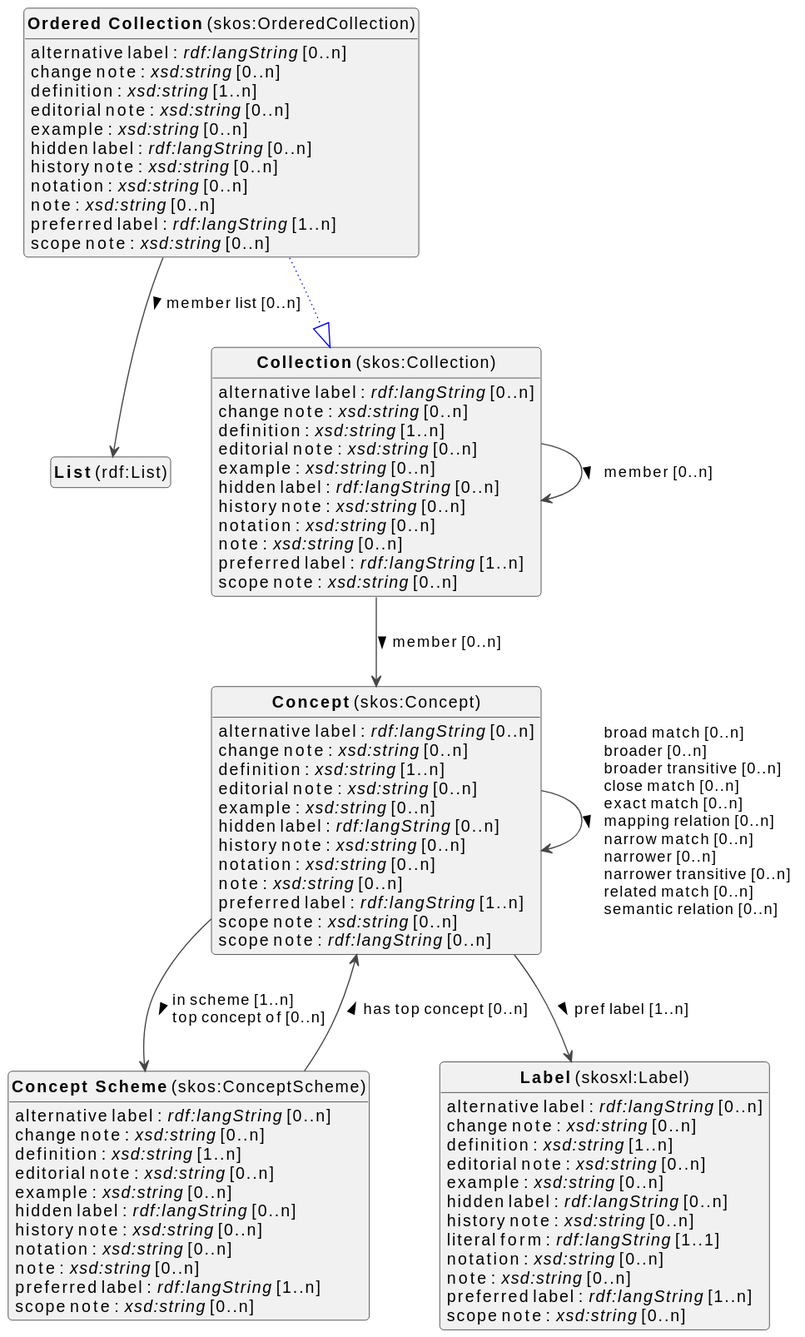
The PlantUML diagram docs/metadata/knowledge-graph/0.0.1/terms/en/terms-diagram.svg in viaacode/documentation-jekyll, before a commit.
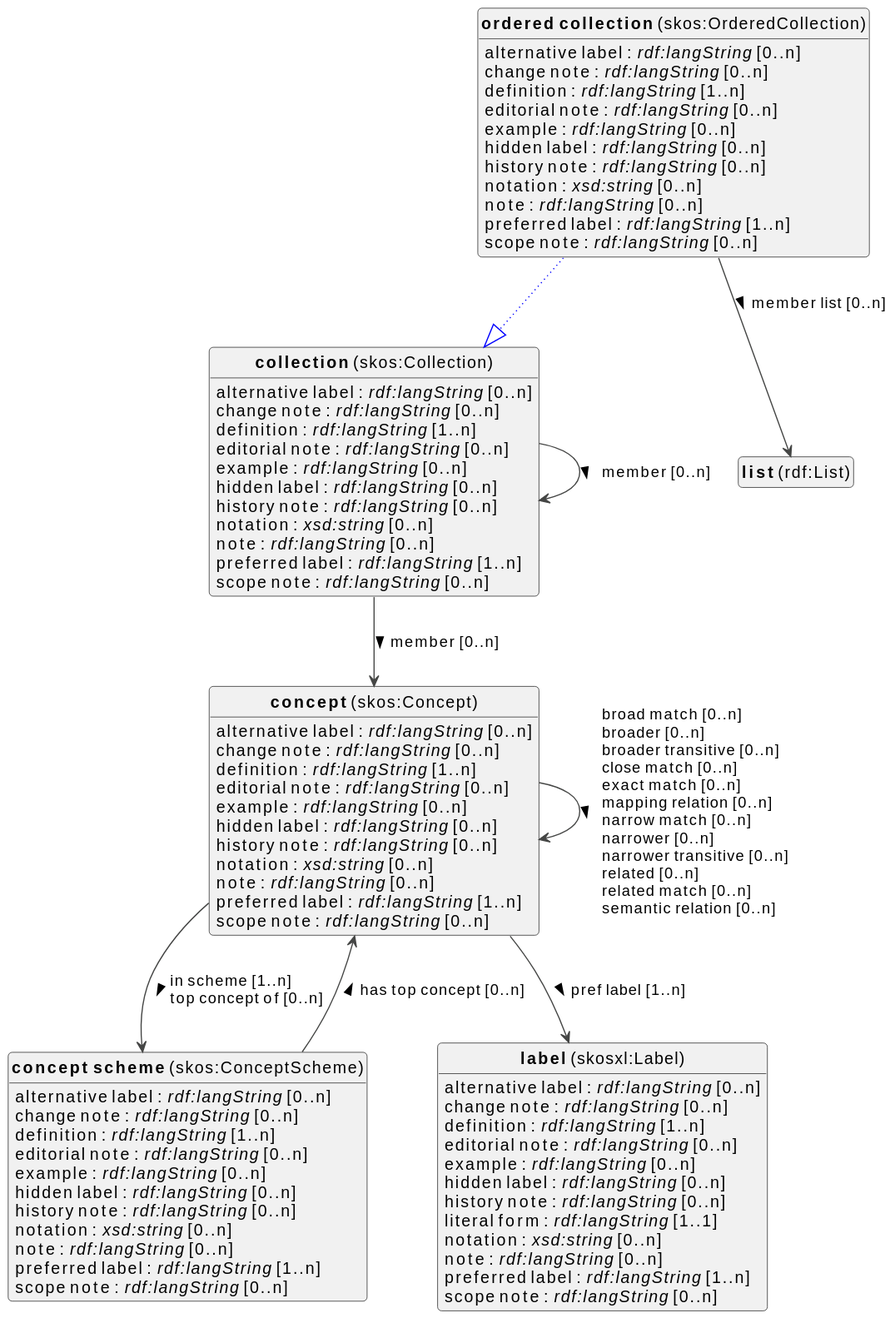
The same diagram one commit later.

The edit, as a diff of the source:
```diff
@@ -10,28 +10,26 @@
 top to bottom direction
 
 
-class "<b>List</b> (rdf:List)" as rdf_List [[#rdf%3AList]]
-class "<b>Collection</b> (skos:Collection)" as skos_Collection [[#skos%3ACollection]]
-class "<b>Concept</b> (skos:Concept)" as skos_Concept [[#skos%3AConcept]]
-class "<b>Concept Scheme</b> (skos:ConceptScheme)" as skos_ConceptScheme [[#skos%3AConceptScheme]]
-class "<b>Label</b> (skosxl:Label)" as skosxl_Label [[#skosxl%3ALabel]]
-class "<b>Ordered Collection</b> (skos:OrderedCollection)" as skos_OrderedCollection [[#skos%3AOrderedCollection]]
-class "<b>Collection</b> (skos:Collection)" as skos_Collection [[#skos%3ACollection]]
-
-
+class "<b>collection</b> (skos:Collection)" as skos_Collection [[#skos%3ACollection]]
+class "<b>concept</b> (skos:Concept)" as skos_Concept [[#skos%3AConcept]]
+class "<b>concept scheme</b> (skos:ConceptScheme)" as skos_ConceptScheme [[#skos%3AConceptScheme]]
+class "<b>label</b> (skosxl:Label)" as skosxl_Label [[#skosxl%3ALabel]]
+class "<b>list</b> (rdf:List)" as rdf_List [[#rdf%3AList]]
+class "<b>ordered collection</b> (skos:OrderedCollection)" as skos_OrderedCollection [[#skos%3AOrderedCollection]]
+class "<b>collection</b> (skos:Collection)" as skos_Collection [[#skos%3ACollection]]
 
 
 skos_Collection : alternative label : <i>rdf:langString</i> [0..n]
-skos_Collection : change note : <i>xsd:string</i> [0..n]
-skos_Collection : definition : <i>xsd:string</i> [1..n]
-skos_Collection : editorial note : <i>xsd:string</i> [0..n]
-skos_Collection : example : <i>xsd:string</i> [0..n]
+skos_Collection : change note : <i>rdf:langString</i> [0..n]
+skos_Collection : definition : <i>rdf:langString</i> [1..n]
+skos_Collection : editorial note : <i>rdf:langString</i> [0..n]
+skos_Collection : example : <i>rdf:langString</i> [0..n]
 skos_Collection : hidden label : <i>rdf:langString</i> [0..n]
-skos_Collection : history note : <i>xsd:string</i> [0..n]
+skos_Collection : history note : <i>rdf:langString</i> [0..n]
 skos_Collection : notation : <i>xsd:string</i> [0..n]
-skos_Collection : note : <i>xsd:string</i> [0..n]
+skos_Collection : note : <i>rdf:langString</i> [0..n]
 skos_Collection : preferred label : <i>rdf:langString</i> [1..n]
-skos_Collection : scope note : <i>xsd:string</i> [0..n]
+skos_Collection : scope note : <i>rdf:langString</i> [0..n]
 
 skos_Collection --> skos_Collection :member [0..n]  >
 skos_Collection --> skos_Concept :member [0..n]  >
@@ -39,68 +37,69 @@
 
 
 skos_Concept : alternative label : <i>rdf:langString</i> [0..n]
-skos_Concept : change note : <i>xsd:string</i> [0..n]
-skos_Concept : definition : <i>xsd:string</i> [1..n]
-skos_Concept : editorial note : <i>xsd:string</i> [0..n]
-skos_Concept : example : <i>xsd:string</i> [0..n]
+skos_Concept : change note : <i>rdf:langString</i> [0..n]
+skos_Concept : definition : <i>rdf:langString</i> [1..n]
+skos_Concept : editorial note : <i>rdf:langString</i> [0..n]
+skos_Concept : example : <i>rdf:langString</i> [0..n]
 skos_Concept : hidden label : <i>rdf:langString</i> [0..n]
-skos_Concept : history note : <i>xsd:string</i> [0..n]
+skos_Concept : history note : <i>rdf:langString</i> [0..n]
 skos_Concept : notation : <i>xsd:string</i> [0..n]
-skos_Concept : note : <i>xsd:string</i> [0..n]
+skos_Concept : note : <i>rdf:langString</i> [0..n]
 skos_Concept : preferred label : <i>rdf:langString</i> [1..n]
-skos_Concept : scope note : <i>xsd:string</i> [0..n]
 skos_Concept : scope note : <i>rdf:langString</i> [0..n]
 
-skos_Concept --> skos_Concept :broad match [0..n]  \lbroader [0..n]  \lbroader transitive [0..n]  \lclose match [0..n]  \lexact match [0..n]  \lmapping relation [0..n]  \lnarrow match [0..n]  \lnarrower [0..n]  \lnarrower transitive [0..n]  \lrelated match [0..n]  \lsemantic relation [0..n]  >
+skos_Concept --> skos_Concept :broad match [0..n]  \lbroader [0..n]  \lbroader transitive [0..n]  \lclose match [0..n]  \lexact match [0..n]  \lmapping relation [0..n]  \lnarrow match [0..n]  \lnarrower [0..n]  \lnarrower transitive [0..n]  \lrelated [0..n]  \lrelated match [0..n]  \lsemantic relation [0..n]  >
 skos_Concept --> skos_ConceptScheme :in scheme [1..n]  \ltop concept of [0..n]  >
 skos_Concept --> skosxl_Label :pref label [1..n]  >
 
 
 
 skos_ConceptScheme : alternative label : <i>rdf:langString</i> [0..n]
-skos_ConceptScheme : change note : <i>xsd:string</i> [0..n]
-skos_ConceptScheme : definition : <i>xsd:string</i> [1..n]
-skos_ConceptScheme : editorial note : <i>xsd:string</i> [0..n]
-skos_ConceptScheme : example : <i>xsd:string</i> [0..n]
+skos_ConceptScheme : change note : <i>rdf:langString</i> [0..n]
+skos_ConceptScheme : definition : <i>rdf:langString</i> [1..n]
+skos_ConceptScheme : editorial note : <i>rdf:langString</i> [0..n]
+skos_ConceptScheme : example : <i>rdf:langString</i> [0..n]
 skos_ConceptScheme : hidden label : <i>rdf:langString</i> [0..n]
-skos_ConceptScheme : history note : <i>xsd:string</i> [0..n]
+skos_ConceptScheme : history note : <i>rdf:langString</i> [0..n]
 skos_ConceptScheme : notation : <i>xsd:string</i> [0..n]
-skos_ConceptScheme : note : <i>xsd:string</i> [0..n]
+skos_ConceptScheme : note : <i>rdf:langString</i> [0..n]
 skos_ConceptScheme : preferred label : <i>rdf:langString</i> [1..n]
-skos_ConceptScheme : scope note : <i>xsd:string</i> [0..n]
+skos_ConceptScheme : scope note : <i>rdf:langString</i> [0..n]
 
 skos_ConceptScheme --> skos_Concept :has top concept [0..n]  >
 
 
 
 skosxl_Label : alternative label : <i>rdf:langString</i> [0..n]
-skosxl_Label : change note : <i>xsd:string</i> [0..n]
-skosxl_Label : definition : <i>xsd:string</i> [1..n]
-skosxl_Label : editorial note : <i>xsd:string</i> [0..n]
-skosxl_Label : example : <i>xsd:string</i> [0..n]
+skosxl_Label : change note : <i>rdf:langString</i> [0..n]
+skosxl_Label : definition : <i>rdf:langString</i> [1..n]
+skosxl_Label : editorial note : <i>rdf:langString</i> [0..n]
+skosxl_Label : example : <i>rdf:langString</i> [0..n]
 skosxl_Label : hidden label : <i>rdf:langString</i> [0..n]
-skosxl_Label : history note : <i>xsd:string</i> [0..n]
+skosxl_Label : history note : <i>rdf:langString</i> [0..n]
 skosxl_Label : literal form : <i>rdf:langString</i> [1..1]
 skosxl_Label : notation : <i>xsd:string</i> [0..n]
-skosxl_Label : note : <i>xsd:string</i> [0..n]
+skosxl_Label : note : <i>rdf:langString</i> [0..n]
 skosxl_Label : preferred label : <i>rdf:langString</i> [1..n]
-skosxl_Label : scope note : <i>xsd:string</i> [0..n]
+skosxl_Label : scope note : <i>rdf:langString</i> [0..n]
+
+
 
 
 
 skos_OrderedCollection --|> skos_Collection #blue;line.dotted;text:blue
 
 skos_OrderedCollection : alternative label : <i>rdf:langString</i> [0..n]
-skos_OrderedCollection : change note : <i>xsd:string</i> [0..n]
-skos_OrderedCollection : definition : <i>xsd:string</i> [1..n]
-skos_OrderedCollection : editorial note : <i>xsd:string</i> [0..n]
-skos_OrderedCollection : example : <i>xsd:string</i> [0..n]
+skos_OrderedCollection : change note : <i>rdf:langString</i> [0..n]
+skos_OrderedCollection : definition : <i>rdf:langString</i> [1..n]
+skos_OrderedCollection : editorial note : <i>rdf:langString</i> [0..n]
+skos_OrderedCollection : example : <i>rdf:langString</i> [0..n]
 skos_OrderedCollection : hidden label : <i>rdf:langString</i> [0..n]
-skos_OrderedCollection : history note : <i>xsd:string</i> [0..n]
+skos_OrderedCollection : history note : <i>rdf:langString</i> [0..n]
 skos_OrderedCollection : notation : <i>xsd:string</i> [0..n]
-skos_OrderedCollection : note : <i>xsd:string</i> [0..n]
+skos_OrderedCollection : note : <i>rdf:langString</i> [0..n]
 skos_OrderedCollection : preferred label : <i>rdf:langString</i> [1..n]
-skos_OrderedCollection : scope note : <i>xsd:string</i> [0..n]
+skos_OrderedCollection : scope note : <i>rdf:langString</i> [0..n]
 skos_OrderedCollection --> rdf_List :member list [0..n]  >
 
 
```
